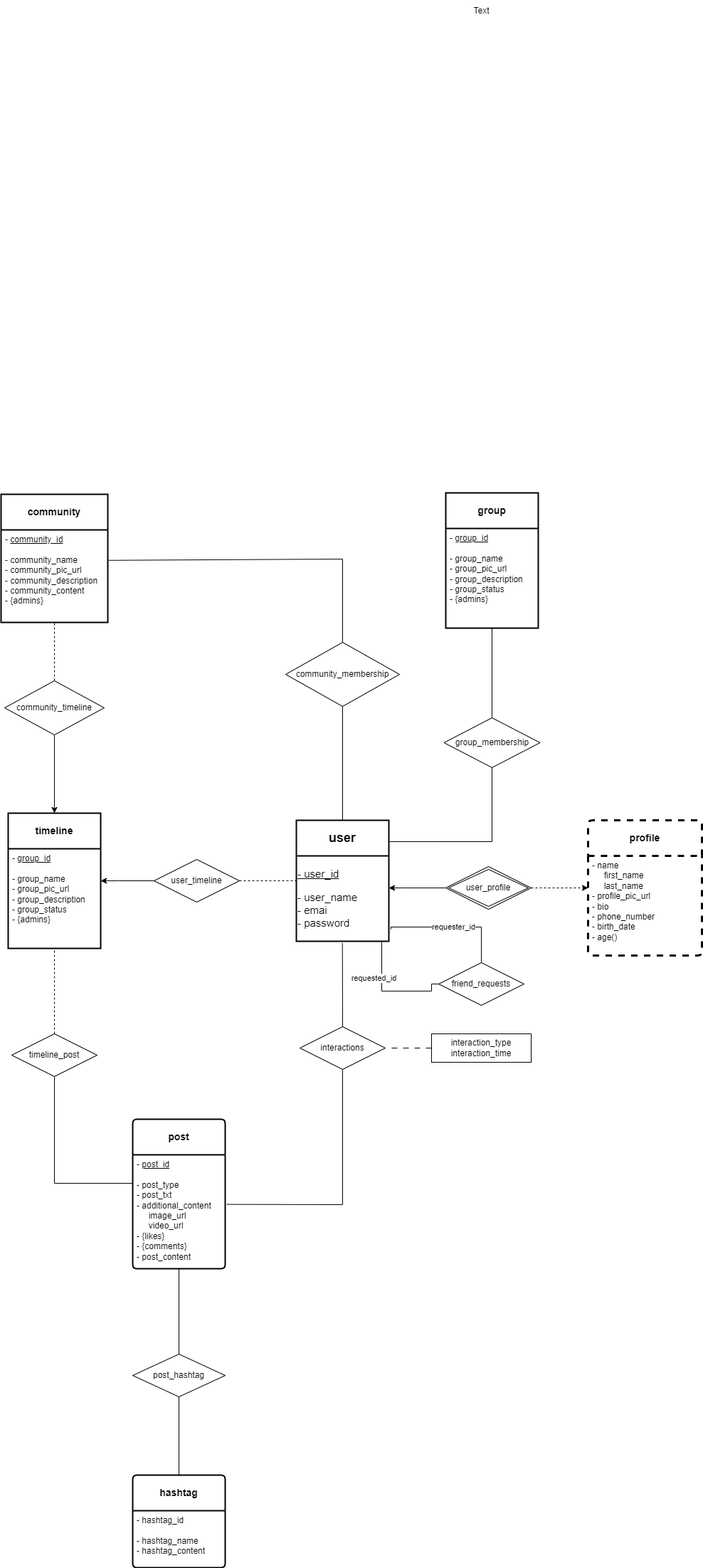
rezaAalaei/yu-gi-oh_messenger keeps this draw.io diagram as new_messenger_project.drawio.png. Above is the earlier version. Source tidied: cells renumbered, new cells last; positions are measured from the earlier drawing's top-left corner, leaving out a move shared by most shapes.
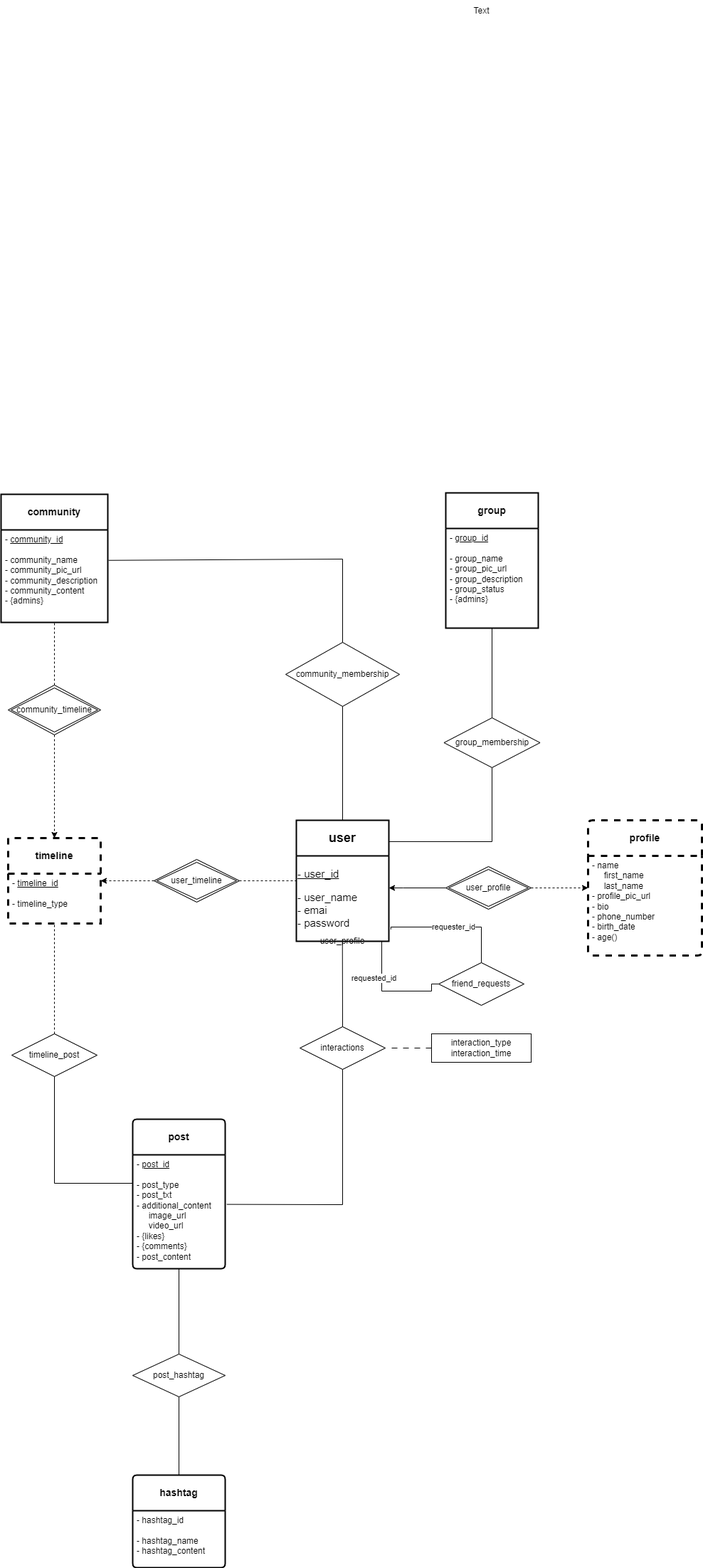
The same diagram one commit later.

The edit, as a diff of the source:
```diff
@@ -8,6 +8,9 @@
     <mxCell id="3" value="&lt;div style=&quot;&quot;&gt;&lt;u style=&quot;font-size: 15px; background-color: initial;&quot;&gt;- user_id&lt;/u&gt;&lt;/div&gt;&lt;div style=&quot;&quot;&gt;&lt;br&gt;&lt;/div&gt;&lt;font style=&quot;font-size: 15px;&quot;&gt;&lt;div style=&quot;&quot;&gt;&lt;span style=&quot;background-color: initial;&quot;&gt;- user_name&lt;/span&gt;&lt;/div&gt;&lt;div style=&quot;&quot;&gt;&lt;span style=&quot;background-color: initial;&quot;&gt;- emai&lt;/span&gt;&lt;/div&gt;&lt;div style=&quot;&quot;&gt;&lt;span style=&quot;background-color: initial;&quot;&gt;- password&lt;/span&gt;&lt;/div&gt;&lt;/font&gt;" style="text;html=1;align=left;verticalAlign=middle;points=[];strokeColor=none;fillColor=none;" parent="2" vertex="1">
       <mxGeometry y="50" width="130" height="120" as="geometry" />
     </mxCell>
+    <mxCell id="48" value="user_profile" style="shape=rhombus;double=1;perimeter=rhombusPerimeter;whiteSpace=wrap;html=1;align=center;" parent="2" vertex="1">
+      <mxGeometry y="170" width="130" as="geometry" />
+    </mxCell>
     <mxCell id="4" value="&lt;b&gt;profile&lt;/b&gt;" style="swimlane;horizontal=1;startSize=50;rounded=1;fontSize=14;fontStyle=0;strokeWidth=3;shadow=0;dashed=1;align=center;arcSize=4;whiteSpace=wrap;html=1;" parent="1" vertex="1">
       <mxGeometry x="825" y="1152" width="160" height="190" as="geometry" />
     </mxCell>
@@ -148,11 +151,11 @@
     <mxCell id="36" value="Text" style="text;html=1;align=center;verticalAlign=middle;strokeColor=none;fillColor=none;" parent="1" vertex="1">
       <mxGeometry x="650" width="50" height="30" as="geometry" />
     </mxCell>
-    <mxCell id="37" value="&lt;b&gt;timeline&lt;/b&gt;" style="swimlane;horizontal=1;startSize=50;rounded=1;fontSize=14;fontStyle=0;strokeWidth=2;shadow=0;dashed=0;align=center;arcSize=0;whiteSpace=wrap;html=1;" parent="1" vertex="1">
-      <mxGeometry x="10" y="1142" width="130" height="190" as="geometry" />
+    <mxCell id="37" value="&lt;b&gt;timeline&lt;/b&gt;" style="swimlane;horizontal=1;startSize=50;rounded=1;fontSize=14;fontStyle=0;strokeWidth=3;shadow=0;align=center;arcSize=0;whiteSpace=wrap;html=1;dashed=1;" parent="1" vertex="1">
+      <mxGeometry x="10" y="1177" width="130" height="120" as="geometry" />
     </mxCell>
-    <mxCell id="38" value="- &lt;u&gt;group_id&lt;br&gt;&lt;/u&gt;&lt;br&gt;- group_name&lt;br&gt;- group_pic_url&lt;br&gt;- group_description&lt;br&gt;- group_status&lt;br&gt;- {admins}" style="align=left;strokeColor=none;fillColor=none;spacingLeft=4;fontSize=12;verticalAlign=top;html=1;" parent="37" vertex="1">
-      <mxGeometry y="50" width="130" height="140" as="geometry" />
+    <mxCell id="38" value="- &lt;u&gt;timeline_id&lt;br&gt;&lt;/u&gt;&lt;br&gt;- timeline_type&lt;br&gt;" style="align=left;strokeColor=none;fillColor=none;spacingLeft=4;fontSize=12;verticalAlign=top;html=1;" parent="37" vertex="1">
+      <mxGeometry y="50" width="130" height="70" as="geometry" />
     </mxCell>
     <mxCell id="39" value="timeline_post" style="shape=rhombus;perimeter=rhombusPerimeter;whiteSpace=wrap;html=1;align=center;" parent="1" vertex="1">
       <mxGeometry x="15" y="1452" width="120" height="60" as="geometry" />
@@ -167,13 +170,10 @@
         </Array>
       </mxGeometry>
     </mxCell>
-    <mxCell id="42" style="edgeStyle=orthogonalEdgeStyle;rounded=0;jettySize=auto;html=1;entryX=0.5;entryY=0;entryDx=0;entryDy=0;" parent="1" edge="1" source="43" target="37">
+    <mxCell id="42" style="edgeStyle=orthogonalEdgeStyle;rounded=0;jettySize=auto;html=1;entryX=0.5;entryY=0;entryDx=0;entryDy=0;exitX=0.5;exitY=1;exitDx=0;exitDy=0;dashed=1;" parent="1" edge="1" source="43" target="37">
       <mxGeometry relative="1" as="geometry" />
     </mxCell>
-    <mxCell id="43" value="community_timeline" style="shape=rhombus;perimeter=rhombusPerimeter;whiteSpace=wrap;html=1;align=center;" parent="1" vertex="1">
-      <mxGeometry x="5" y="956" width="140" height="76" as="geometry" />
-    </mxCell>
-    <mxCell id="44" style="edgeStyle=orthogonalEdgeStyle;rounded=0;jettySize=auto;html=1;" parent="1" edge="1" source="45" target="38">
+    <mxCell id="44" style="edgeStyle=orthogonalEdgeStyle;rounded=0;jettySize=auto;html=1;exitX=0;exitY=0.5;exitDx=0;exitDy=0;dashed=1;" parent="1" edge="1" source="45" target="38">
       <mxGeometry relative="1" as="geometry">
         <Array as="points">
           <mxPoint x="165" y="1237" />
@@ -181,14 +181,17 @@
         </Array>
       </mxGeometry>
     </mxCell>
-    <mxCell id="45" value="user_timeline" style="shape=rhombus;perimeter=rhombusPerimeter;whiteSpace=wrap;html=1;align=center;" parent="1" vertex="1">
-      <mxGeometry x="215" y="1207" width="120" height="60" as="geometry" />
-    </mxCell>
     <mxCell id="46" style="endArrow=none;html=1;rounded=0;entryX=0;entryY=0.5;entryDx=0;entryDy=0;exitX=1;exitY=0.5;exitDx=0;exitDy=0;dashed=1;" parent="1" edge="1" source="45" target="2">
       <mxGeometry relative="1" as="geometry" />
     </mxCell>
     <mxCell id="47" style="endArrow=none;html=1;rounded=0;entryX=0.5;entryY=1;entryDx=0;entryDy=0;exitX=0.5;exitY=0;exitDx=0;exitDy=0;dashed=1;" parent="1" edge="1" source="43" target="32">
       <mxGeometry relative="1" as="geometry" />
     </mxCell>
+    <mxCell id="45" value="user_timeline" style="shape=rhombus;double=1;perimeter=rhombusPerimeter;whiteSpace=wrap;html=1;align=center;" parent="1" vertex="1">
+      <mxGeometry x="215" y="1207" width="120" height="60" as="geometry" />
+    </mxCell>
+    <mxCell id="43" value="community_timeline" style="shape=rhombus;double=1;perimeter=rhombusPerimeter;whiteSpace=wrap;html=1;align=center;" parent="1" vertex="1">
+      <mxGeometry x="10" y="962" width="130" height="70" as="geometry" />
+    </mxCell>
   </root>
 </mxGraphModel>
```
